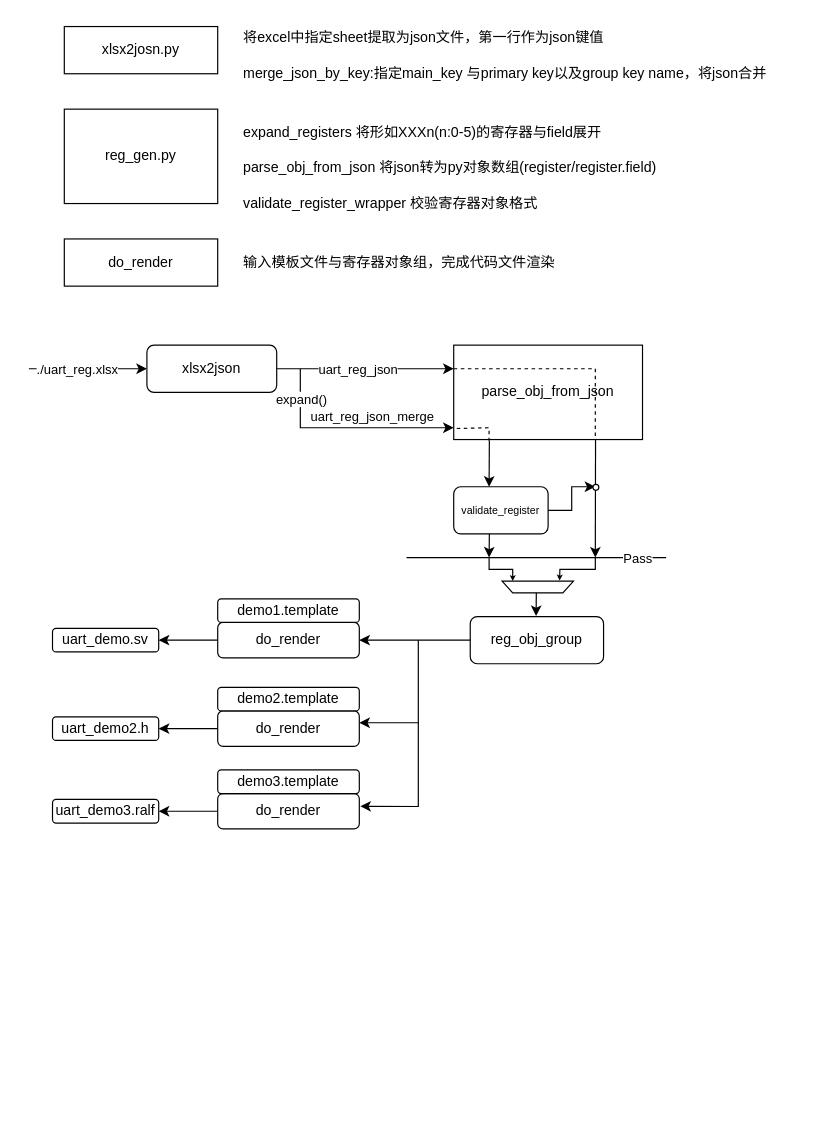
The draw.io diagram page "Python脚本流程" (4 of 4) of drawio/test.drawio in iceyxy/flow-chart-drawio, before the edit. Source tidied: cells renumbered, new cells numbered last; positions are measured from the earlier drawing's top-left corner, leaving out a move shared by most shapes. Both pictures are drawn from the tidied source at 118%, with x=0, y=0 at pixel (28, 20).
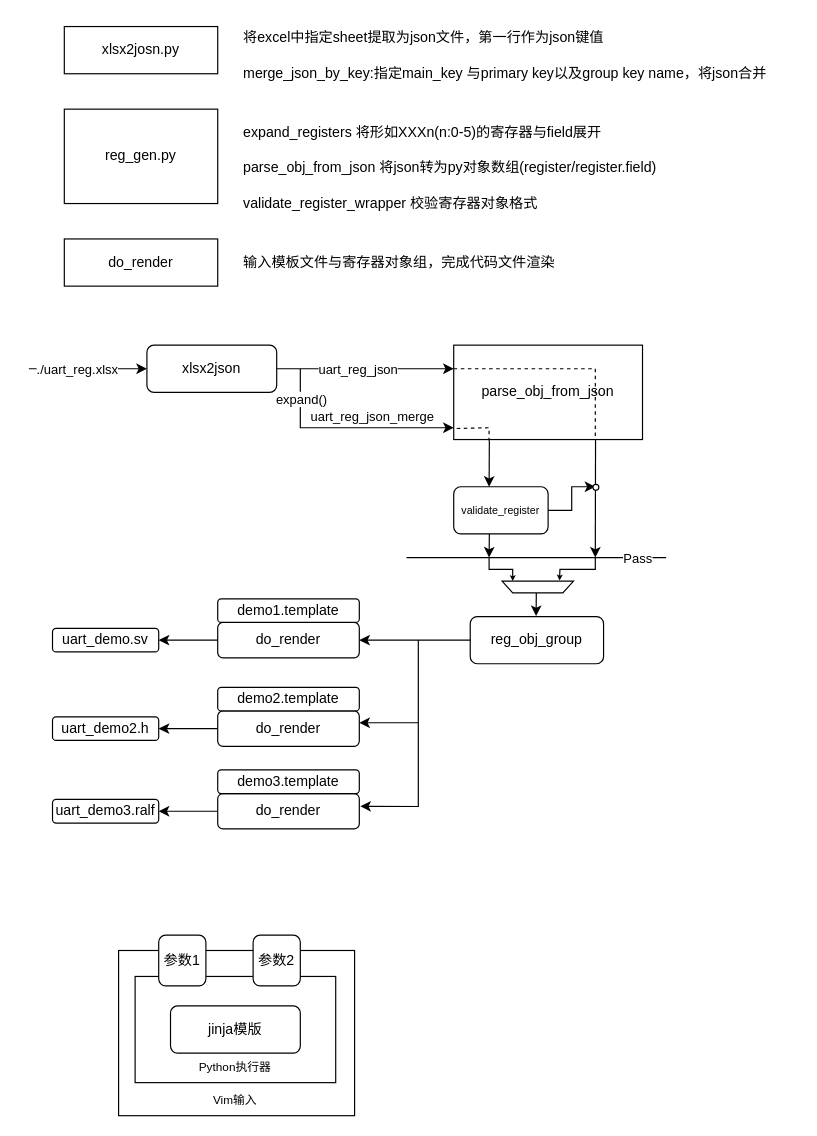
Above is the later version.

Change to the diagram source:
```diff
@@
+    <mxCell id="50" style="rounded=0;whiteSpace=wrap;html=1;" parent="1" vertex="1">
+      <mxGeometry x="76" y="788" width="200" height="140" as="geometry" />
+    </mxCell>
+    <mxCell id="51" style="rounded=0;whiteSpace=wrap;html=1;" parent="1" vertex="1">
+      <mxGeometry x="90" y="810" width="170" height="90" as="geometry" />
+    </mxCell>
@@
+    <mxCell id="52" value="jinja模版" style="rounded=1;whiteSpace=wrap;html=1;" parent="1" vertex="1">
+      <mxGeometry x="120" y="835" width="110" height="40" as="geometry" />
+    </mxCell>
+    <mxCell id="53" value="&lt;font style=&quot;font-size: 10px;&quot;&gt;Python执行器&lt;/font&gt;" style="text;strokeColor=none;fillColor=none;html=1;align=center;verticalAlign=middle;whiteSpace=wrap;rounded=0;fontSize=16;" parent="1" vertex="1">
+      <mxGeometry x="125" y="870" width="100" height="30" as="geometry" />
+    </mxCell>
+    <mxCell id="54" value="参数1" style="rounded=1;whiteSpace=wrap;html=1;" parent="1" vertex="1">
+      <mxGeometry x="110" y="775" width="40" height="43" as="geometry" />
+    </mxCell>
+    <mxCell id="55" value="参数2" style="rounded=1;whiteSpace=wrap;html=1;" parent="1" vertex="1">
+      <mxGeometry x="190" y="775" width="40" height="43" as="geometry" />
+    </mxCell>
+    <mxCell id="56" value="&lt;font style=&quot;font-size: 10px;&quot;&gt;Vim输入&lt;/font&gt;" style="text;strokeColor=none;fillColor=none;html=1;align=center;verticalAlign=middle;whiteSpace=wrap;rounded=0;fontSize=16;" parent="1" vertex="1">
+      <mxGeometry x="145" y="898" width="60" height="30" as="geometry" />
+    </mxCell>
```
